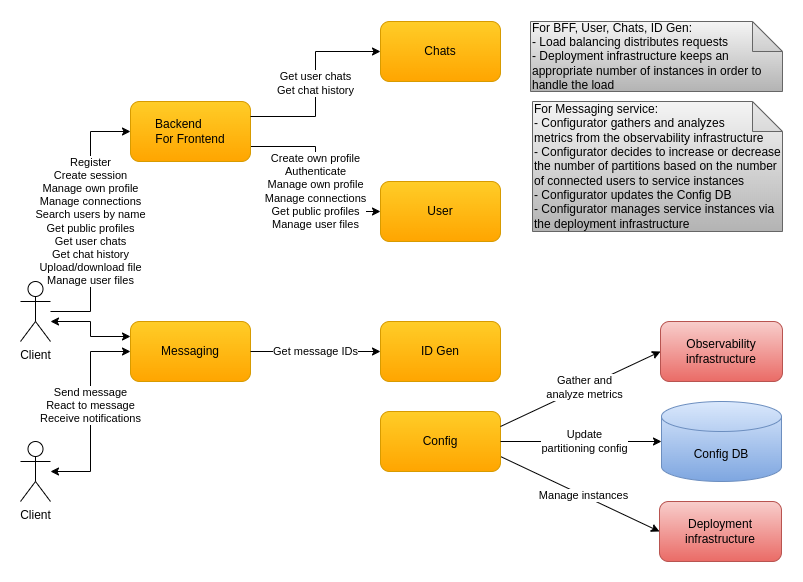
This is docs/images/cecochat-deployment.png from cvetomir-todorov/CecoChat, a draw.io export, as it was before one commit. Source tidied: cells renumbered, new cells last; positions are measured from the earlier drawing's top-left corner, leaving out a move shared by most shapes.
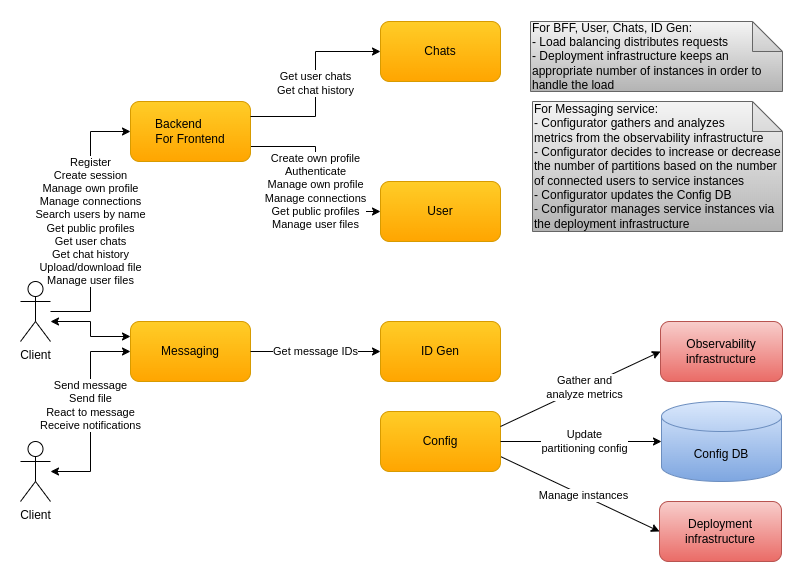
The same diagram one commit later.

Diff of the diagram source:
```diff
@@ -26,7 +26,7 @@
     <mxCell id="7" value="Client" style="shape=umlActor;verticalLabelPosition=bottom;verticalAlign=top;html=1;outlineConnect=0;" parent="1" vertex="1">
       <mxGeometry y="260" width="30" height="60" as="geometry" />
     </mxCell>
-    <mxCell id="8" value="Send message&lt;br&gt;React to message&lt;br&gt;Receive notifications" style="edgeStyle=orthogonalEdgeStyle;rounded=0;jettySize=auto;html=1;entryX=0;entryY=0.5;entryDx=0;entryDy=0;startArrow=classic;startFill=1;" parent="1" edge="1" source="9" target="10">
+    <mxCell id="8" value="Send message&lt;br&gt;Send file&lt;br&gt;React to message&lt;br&gt;Receive notifications" style="edgeStyle=orthogonalEdgeStyle;rounded=0;jettySize=auto;html=1;entryX=0;entryY=0.5;entryDx=0;entryDy=0;startArrow=classic;startFill=1;" parent="1" edge="1" source="9" target="10">
       <mxGeometry x="0.06" relative="1" as="geometry">
         <Array as="points">
           <mxPoint x="70" y="450" />
```
